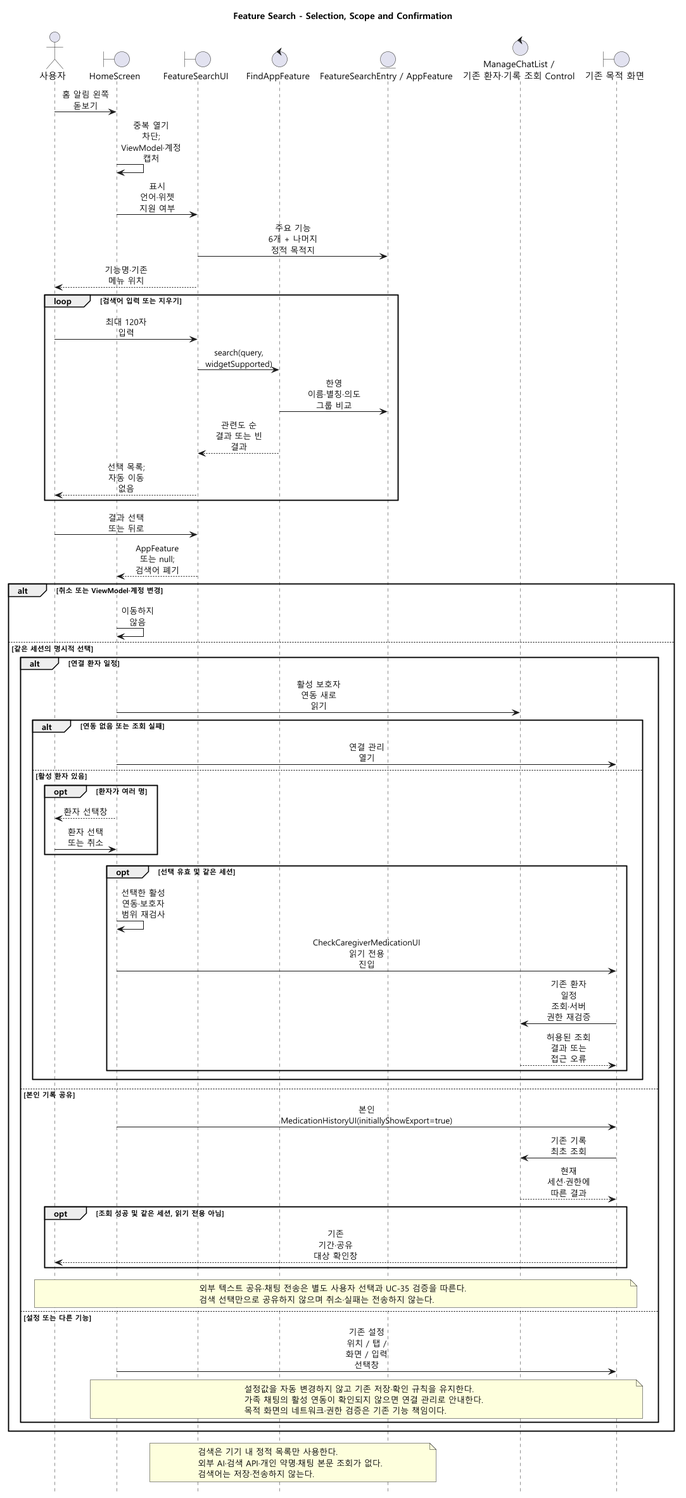
1window2/MedBuddy keeps this PlantUML diagram as docs/UML/sequence/FeatureSearch.png. Above is the earlier version. Its source is kept beside it as docs/UML/sequence/FeatureSearch.puml.
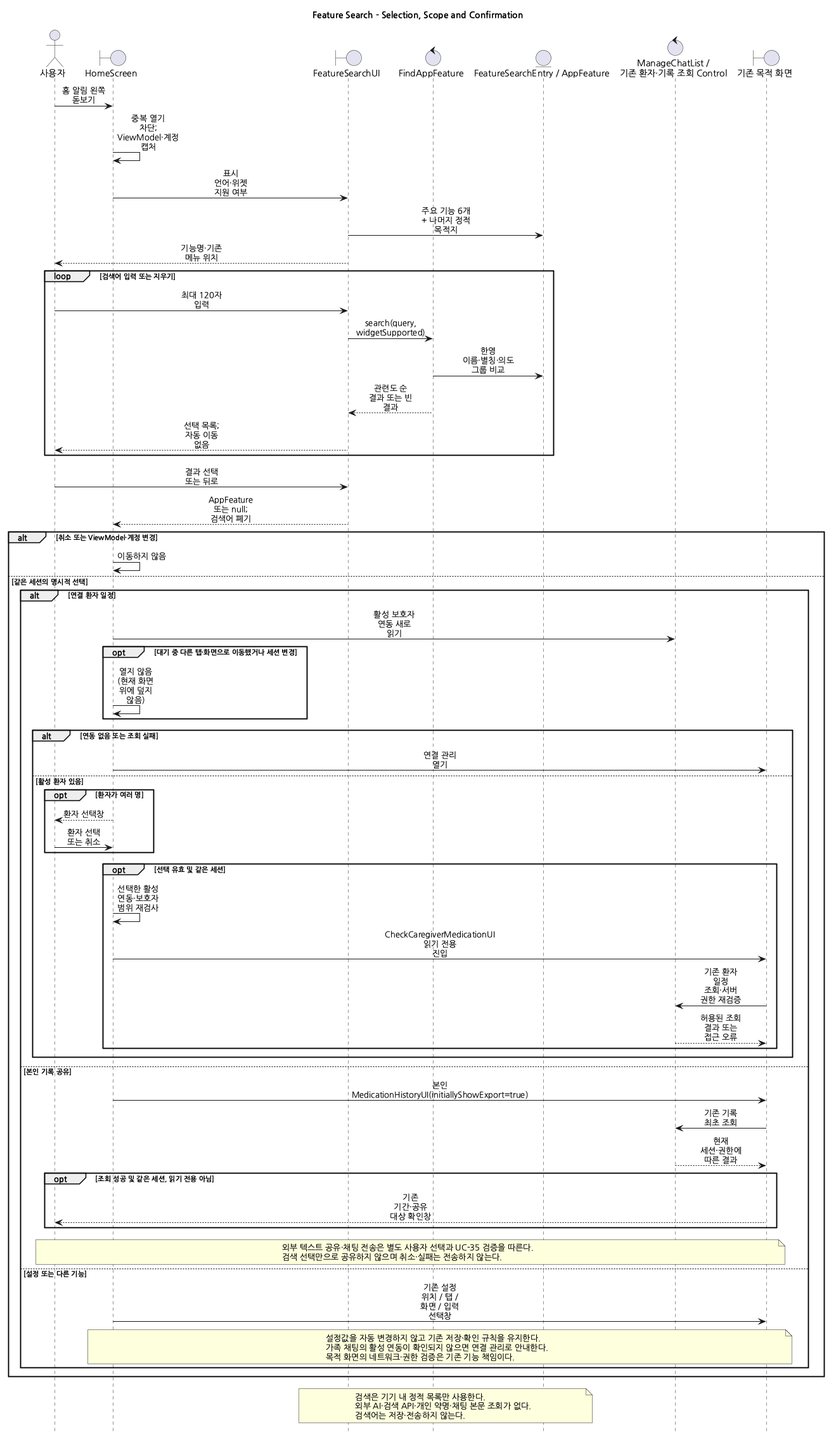
Later version of the same file.

What changed in the source:
```diff
@@ -1,7 +1,7 @@
 @startuml
 title Feature Search - Selection, Scope and Confirmation
 hide footbox
-skinparam defaultFontName Malgun Gothic
+skinparam defaultFontName Nanum Gothic
 skinparam maxMessageSize 80
 skinparam sequenceMessageAlign center
 
@@ -32,6 +32,9 @@
 else 같은 세션의 명시적 선택
   alt 연결 환자 일정
     Home -> Access : 활성 보호자 연동 새로 읽기
+    opt 대기 중 다른 탭·화면으로 이동했거나 세션 변경
+      Home -> Home : 열지 않음 (현재 화면 위에 덮지 않음)
+    end
     alt 연동 없음 또는 조회 실패
       Home -> Target : 연결 관리 열기
     else 활성 환자 있음
```
